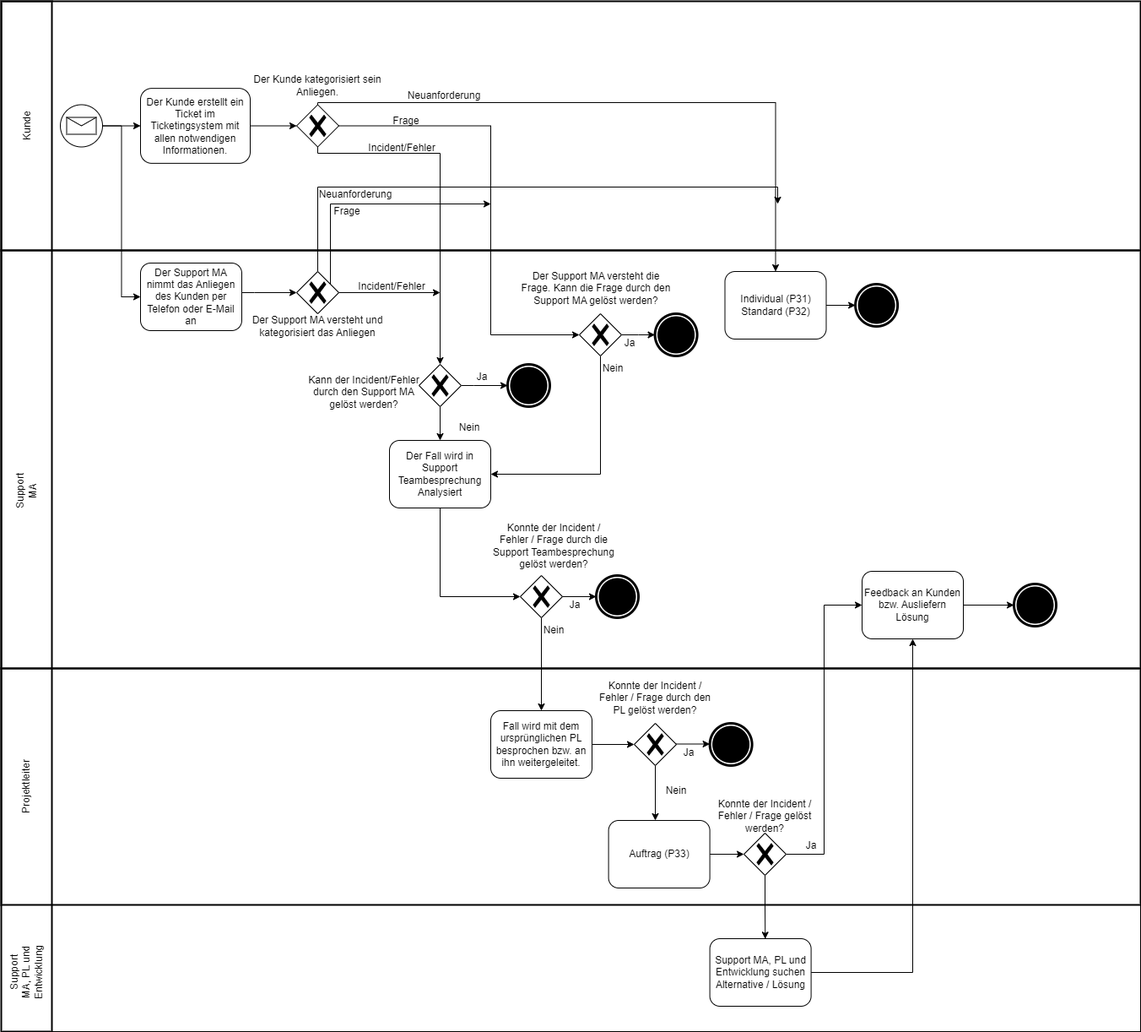
The draw.io diagram Diagramme/bpmn_soll.drawio.png in Mario-Soller/M254, before a commit. Source tidied: cells renumbered, new cells last; positions are measured from the earlier drawing's top-left corner, leaving out a move shared by most shapes.
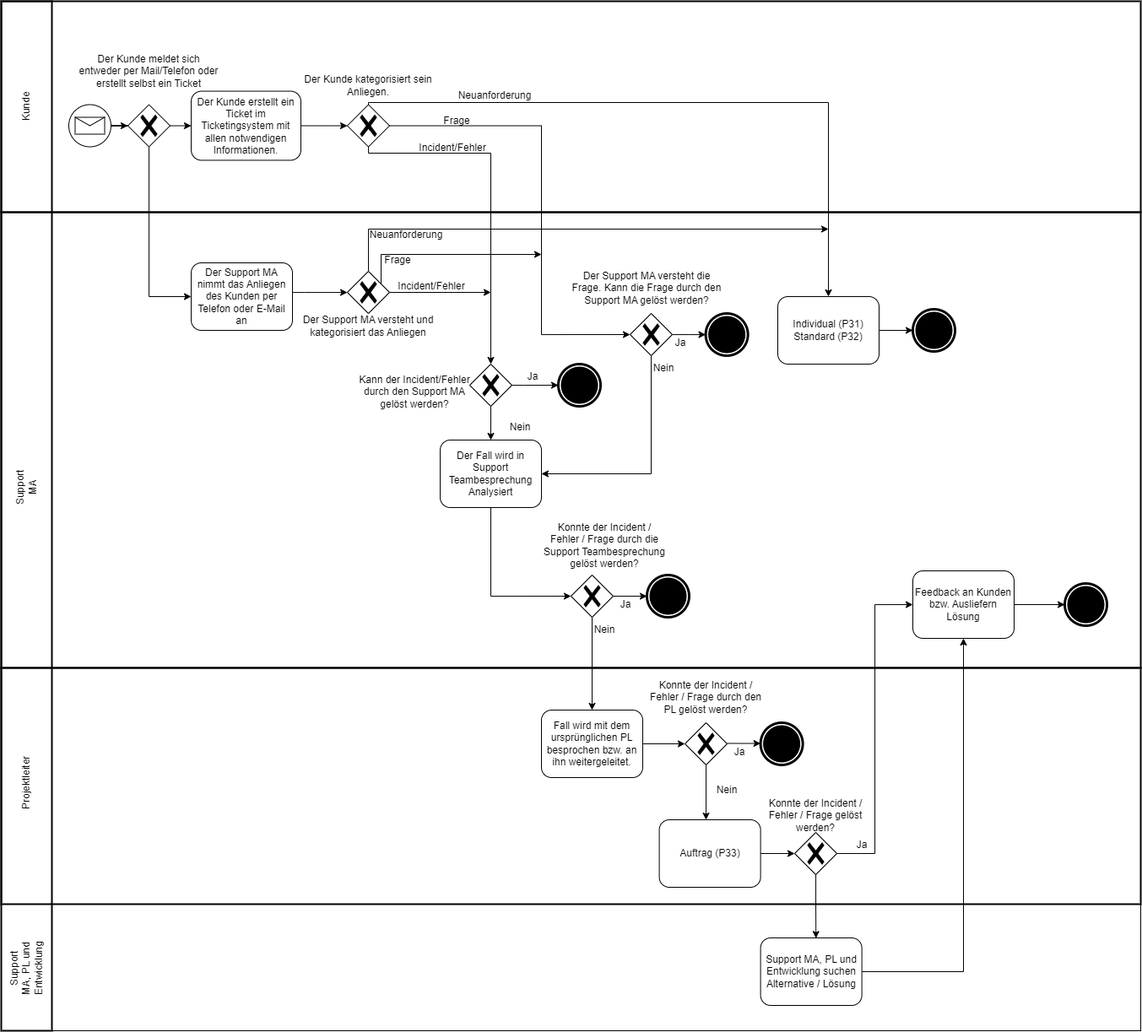
After the commit.

Change to the diagram source:
```diff
@@ -3,16 +3,16 @@
     <mxCell id="0" />
     <mxCell id="1" parent="0" />
     <mxCell id="2" style="rounded=0;whiteSpace=wrap;html=1;fillColor=none;strokeWidth=2;" parent="1" vertex="1">
-      <mxGeometry width="1350" height="295" as="geometry" />
+      <mxGeometry x="-60" width="1350" height="250" as="geometry" />
     </mxCell>
     <mxCell id="3" style="rounded=0;whiteSpace=wrap;html=1;fillColor=none;" parent="1" vertex="1">
-      <mxGeometry y="1070" width="1350" height="150" as="geometry" />
+      <mxGeometry x="-60" y="1070" width="1350" height="150" as="geometry" />
     </mxCell>
     <mxCell id="4" style="rounded=0;whiteSpace=wrap;html=1;fillColor=none;strokeWidth=2;" parent="1" vertex="1">
-      <mxGeometry y="790" width="1350" height="280" as="geometry" />
+      <mxGeometry x="-60" y="790" width="1350" height="280" as="geometry" />
     </mxCell>
     <mxCell id="5" style="rounded=0;whiteSpace=wrap;html=1;fillColor=none;strokeWidth=2;" parent="1" vertex="1">
-      <mxGeometry y="295" width="1350" height="495" as="geometry" />
+      <mxGeometry x="-60" y="250" width="1350" height="540" as="geometry" />
     </mxCell>
     <mxCell id="6" value="Ja" style="text;html=1;strokeColor=none;fillColor=none;align=center;verticalAlign=middle;whiteSpace=wrap;rounded=0;" parent="1" vertex="1">
       <mxGeometry x="540" y="430" width="60" height="30" as="geometry" />
@@ -24,13 +24,13 @@
       <mxGeometry x="425" y="156.9" width="100" height="35" as="geometry" />
     </mxCell>
     <mxCell id="9" value="Individual (P31)&lt;br&gt;Standard (P32)" style="shape=ext;rounded=1;html=1;whiteSpace=wrap;" parent="1" vertex="1">
-      <mxGeometry x="857.5" y="320" width="120" height="80" as="geometry" />
+      <mxGeometry x="860" y="350" width="120" height="80" as="geometry" />
     </mxCell>
     <mxCell id="10" style="edgeStyle=orthogonalEdgeStyle;rounded=0;jettySize=auto;html=1;exitX=1;exitY=0.5;exitDx=0;exitDy=0;" parent="1" edge="1" source="9" target="11">
       <mxGeometry relative="1" as="geometry" />
     </mxCell>
     <mxCell id="11" style="points=[[0.145,0.145,0],[0.5,0,0],[0.855,0.145,0],[1,0.5,0],[0.855,0.855,0],[0.5,1,0],[0.145,0.855,0],[0,0.5,0]];shape=mxgraph.bpmn.event;html=1;verticalLabelPosition=bottom;labelBackgroundColor=#ffffff;verticalAlign=top;align=center;perimeter=ellipsePerimeter;outlineConnect=0;outline=end;symbol=terminate;" parent="1" vertex="1">
-      <mxGeometry x="1012.1" y="335" width="50" height="50" as="geometry" />
+      <mxGeometry x="1020" y="365" width="50" height="50" as="geometry" />
     </mxCell>
     <mxCell id="12" value="Kann der Incident/Fehler durch den Support MA gelöst werden?" style="text;html=1;strokeColor=none;fillColor=none;align=center;verticalAlign=middle;whiteSpace=wrap;rounded=0;" parent="1" vertex="1">
       <mxGeometry x="360" y="430" width="140" height="65" as="geometry" />
@@ -194,40 +194,37 @@
       <mxGeometry x="1200" y="690" width="50" height="50" as="geometry" />
     </mxCell>
     <mxCell id="58" style="rounded=0;whiteSpace=wrap;html=1;fillColor=none;strokeWidth=2;" parent="1" vertex="1">
-      <mxGeometry width="60" height="1220" as="geometry" />
+      <mxGeometry x="-60" width="60" height="1220" as="geometry" />
     </mxCell>
     <mxCell id="59" value="Support MA" style="text;html=1;strokeColor=none;fillColor=none;align=center;verticalAlign=middle;whiteSpace=wrap;rounded=0;direction=east;rotation=270;" parent="1" vertex="1">
-      <mxGeometry y="565" width="60" height="30" as="geometry" />
+      <mxGeometry x="-60" y="561.2" width="60" height="30" as="geometry" />
     </mxCell>
     <mxCell id="60" value="Projektleiter" style="text;html=1;strokeColor=none;fillColor=none;align=center;verticalAlign=middle;whiteSpace=wrap;rounded=0;direction=east;rotation=270;" parent="1" vertex="1">
-      <mxGeometry y="915" width="60" height="30" as="geometry" />
+      <mxGeometry x="-60" y="911.2" width="60" height="30" as="geometry" />
     </mxCell>
     <mxCell id="61" value="Support MA, PL und Entwicklung" style="text;html=1;strokeColor=none;fillColor=none;align=center;verticalAlign=middle;whiteSpace=wrap;rounded=0;direction=east;rotation=270;" parent="1" vertex="1">
-      <mxGeometry y="1135" width="60" height="30" as="geometry" />
+      <mxGeometry x="-60" y="1131.2" width="60" height="30" as="geometry" />
     </mxCell>
     <mxCell id="62" value="Kunde" style="text;html=1;strokeColor=none;fillColor=none;align=center;verticalAlign=middle;whiteSpace=wrap;rounded=0;direction=east;rotation=270;" parent="1" vertex="1">
-      <mxGeometry y="132.5" width="60" height="30" as="geometry" />
+      <mxGeometry x="-60" y="110" width="60" height="30" as="geometry" />
     </mxCell>
-    <mxCell id="63" style="edgeStyle=orthogonalEdgeStyle;rounded=0;jettySize=auto;html=1;entryX=0;entryY=0.5;entryDx=0;entryDy=0;" parent="1" edge="1" source="65" target="67">
-      <mxGeometry relative="1" as="geometry" />
-    </mxCell>
-    <mxCell id="64" style="edgeStyle=orthogonalEdgeStyle;rounded=0;jettySize=auto;html=1;entryX=0;entryY=0.5;entryDx=0;entryDy=0;" parent="1" edge="1" source="65" target="73">
-      <mxGeometry relative="1" as="geometry" />
-    </mxCell>
+    <mxCell id="83" style="edgeStyle=orthogonalEdgeStyle;rounded=0;jettySize=auto;html=1;entryX=0;entryY=0.5;entryDx=0;entryDy=0;entryPerimeter=0;" parent="1" edge="1" source="65" target="86">
+      <mxGeometry relative="1" as="geometry" />
+    </mxCell>
     <mxCell id="65" style="points=[[0.145,0.145,0],[0.5,0,0],[0.855,0.145,0],[1,0.5,0],[0.855,0.855,0],[0.5,1,0],[0.145,0.855,0],[0,0.5,0]];shape=mxgraph.bpmn.event;html=1;verticalLabelPosition=bottom;labelBackgroundColor=#ffffff;verticalAlign=top;align=center;perimeter=ellipsePerimeter;outlineConnect=0;outline=standard;symbol=message;" parent="1" vertex="1">
-      <mxGeometry x="70" y="122.5" width="50" height="50" as="geometry" />
+      <mxGeometry x="20" y="122.5" width="50" height="50" as="geometry" />
     </mxCell>
     <mxCell id="66" style="edgeStyle=orthogonalEdgeStyle;rounded=0;jettySize=auto;html=1;" parent="1" edge="1" source="67" target="71">
       <mxGeometry relative="1" as="geometry" />
     </mxCell>
     <mxCell id="67" value="Der Kunde erstellt ein Ticket im Ticketingsystem mit allen notwendigen Informationen." style="shape=ext;rounded=1;html=1;whiteSpace=wrap;" parent="1" vertex="1">
-      <mxGeometry x="165" y="103.1" width="130" height="88.8" as="geometry" />
+      <mxGeometry x="165" y="106.6" width="130" height="81.9" as="geometry" />
     </mxCell>
-    <mxCell id="68" style="edgeStyle=orthogonalEdgeStyle;rounded=0;jettySize=auto;html=1;entryX=0.5;entryY=0;entryDx=0;entryDy=0;" parent="1" edge="1" source="71" target="9">
+    <mxCell id="68" style="edgeStyle=orthogonalEdgeStyle;rounded=0;jettySize=auto;html=1;" parent="1" edge="1" source="71" target="9">
       <mxGeometry relative="1" as="geometry">
         <Array as="points">
           <mxPoint x="375" y="120" />
-          <mxPoint x="918" y="120" />
+          <mxPoint x="920" y="120" />
         </Array>
       </mxGeometry>
     </mxCell>
@@ -270,19 +267,20 @@
     </mxCell>
     <mxCell id="76" style="edgeStyle=orthogonalEdgeStyle;rounded=0;jettySize=auto;html=1;exitX=0.5;exitY=0;exitDx=0;exitDy=0;exitPerimeter=0;" parent="1" edge="1" source="79">
       <mxGeometry relative="1" as="geometry">
-        <mxPoint x="920" y="240" as="targetPoint" />
+        <mxPoint x="920" y="270" as="targetPoint" />
         <Array as="points">
-          <mxPoint x="375" y="220" />
-          <mxPoint x="920" y="220" />
+          <mxPoint x="375" y="270" />
+          <mxPoint x="920" y="270" />
         </Array>
       </mxGeometry>
     </mxCell>
     <mxCell id="77" style="edgeStyle=orthogonalEdgeStyle;rounded=0;jettySize=auto;html=1;exitX=1;exitY=0.5;exitDx=0;exitDy=0;exitPerimeter=0;" parent="1" edge="1" source="79">
       <mxGeometry relative="1" as="geometry">
-        <mxPoint x="580" y="240" as="targetPoint" />
+        <mxPoint x="580" y="300" as="targetPoint" />
         <Array as="points">
           <mxPoint x="390" y="345" />
-          <mxPoint x="390" y="240" />
+          <mxPoint x="390" y="300" />
+          <mxPoint x="580" y="300" />
         </Array>
       </mxGeometry>
     </mxCell>
@@ -295,13 +293,29 @@
       <mxGeometry x="350" y="320" width="50" height="50" as="geometry" />
     </mxCell>
     <mxCell id="80" value="Neuanforderung" style="text;html=1;strokeColor=none;fillColor=none;align=center;verticalAlign=middle;whiteSpace=wrap;rounded=0;rotation=0;" parent="1" vertex="1">
-      <mxGeometry x="390" y="214" width="60" height="30" as="geometry" />
+      <mxGeometry x="390" y="262" width="60" height="30" as="geometry" />
     </mxCell>
     <mxCell id="81" value="Frage" style="text;html=1;strokeColor=none;fillColor=none;align=center;verticalAlign=middle;whiteSpace=wrap;rounded=0;rotation=0;" parent="1" vertex="1">
-      <mxGeometry x="380" y="234" width="60" height="30" as="geometry" />
+      <mxGeometry x="380" y="292" width="60" height="30" as="geometry" />
     </mxCell>
     <mxCell id="82" value="Incident/Fehler" style="text;html=1;strokeColor=none;fillColor=none;align=center;verticalAlign=middle;whiteSpace=wrap;rounded=0;rotation=0;" parent="1" vertex="1">
-      <mxGeometry x="413" y="320" width="100" height="35" as="geometry" />
+      <mxGeometry x="400" y="320" width="100" height="35" as="geometry" />
     </mxCell>
+    <mxCell id="84" style="edgeStyle=orthogonalEdgeStyle;rounded=0;jettySize=auto;html=1;" parent="1" edge="1" source="86" target="67">
+      <mxGeometry relative="1" as="geometry" />
+    </mxCell>
+    <mxCell id="85" style="edgeStyle=orthogonalEdgeStyle;rounded=0;jettySize=auto;html=1;entryX=0;entryY=0.5;entryDx=0;entryDy=0;" parent="1" edge="1" source="86" target="73">
+      <mxGeometry relative="1" as="geometry">
+        <Array as="points">
+          <mxPoint x="115" y="350" />
+        </Array>
+      </mxGeometry>
+    </mxCell>
+    <mxCell id="86" style="points=[[0.25,0.25,0],[0.5,0,0],[0.75,0.25,0],[1,0.5,0],[0.75,0.75,0],[0.5,1,0],[0.25,0.75,0],[0,0.5,0]];shape=mxgraph.bpmn.gateway2;html=1;verticalLabelPosition=bottom;labelBackgroundColor=#ffffff;verticalAlign=top;align=center;perimeter=rhombusPerimeter;outlineConnect=0;outline=none;symbol=none;gwType=exclusive;" parent="1" vertex="1">
+      <mxGeometry x="90" y="122.5" width="50" height="50" as="geometry" />
+    </mxCell>
+    <mxCell id="87" value="Der Kunde meldet sich entweder per Mail/Telefon oder erstellt selbst ein Ticket" style="text;html=1;strokeColor=none;fillColor=none;align=center;verticalAlign=middle;whiteSpace=wrap;rounded=0;" parent="1" vertex="1">
+      <mxGeometry x="30" y="63.1" width="170" height="40" as="geometry" />
+    </mxCell>
   </root>
 </mxGraphModel>
```
